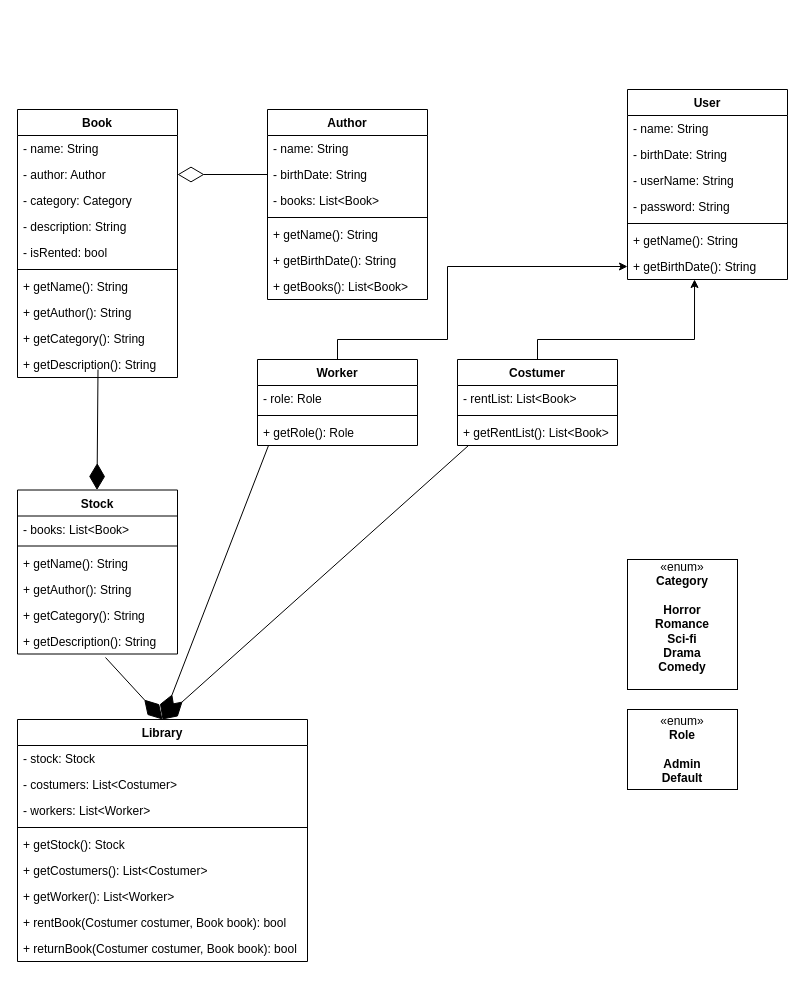
This is Diagrama sem nome.drawio from wOL-Lucas/M2Elio, a draw.io file, before an edit. Source tidied: cells renumbered, new cells numbered last; positions are measured from the earlier drawing's top-left corner, leaving out a move shared by most shapes. Both pictures are drawn from the tidied source at 100%, with x=0, y=0 at pixel (17, 89).
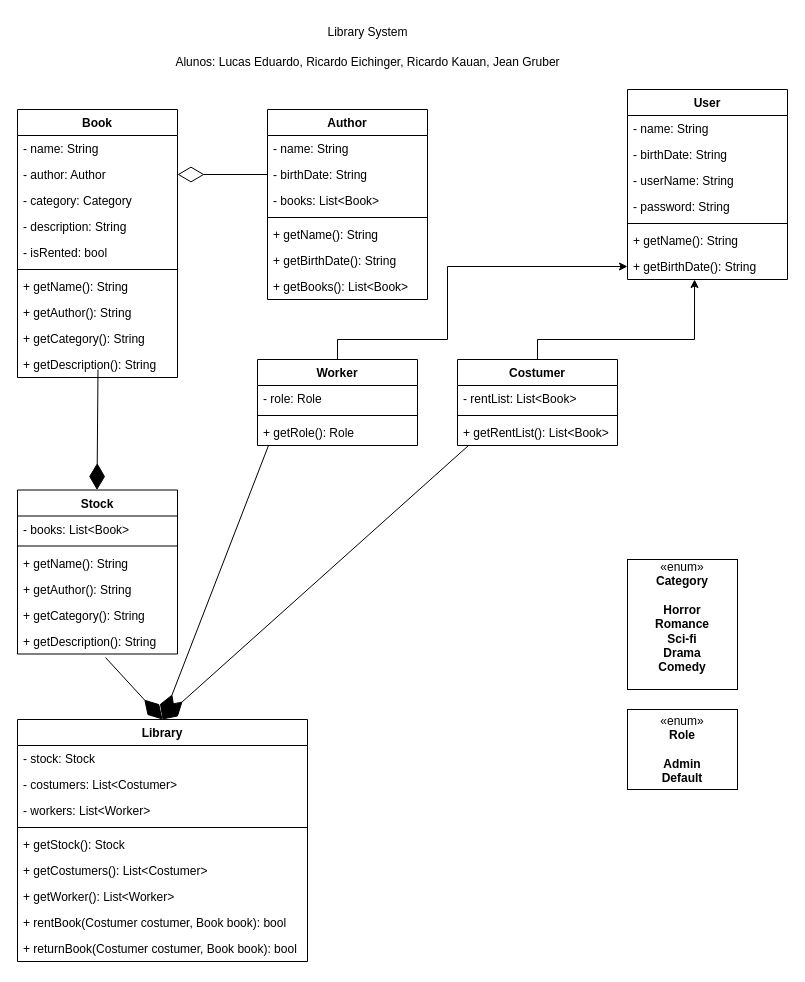
The same page after the edit.

Commit message:
Add: Diagram Name and students

The edit, as a diff of the source:
```diff
@@
+    <mxCell id="63" value="Library System" style="text;html=1;align=center;verticalAlign=middle;strokeColor=none;fillColor=none;" parent="1" vertex="1">
+      <mxGeometry x="300" y="-72" width="100" height="30" as="geometry" />
+    </mxCell>
+    <mxCell id="64" value="Alunos: Lucas Eduardo, Ricardo Eichinger, Ricardo Kauan, Jean Gruber" style="text;html=1;align=center;verticalAlign=middle;strokeColor=none;fillColor=none;" parent="1" vertex="1">
+      <mxGeometry x="145" y="-42" width="410" height="30" as="geometry" />
+    </mxCell>
```
